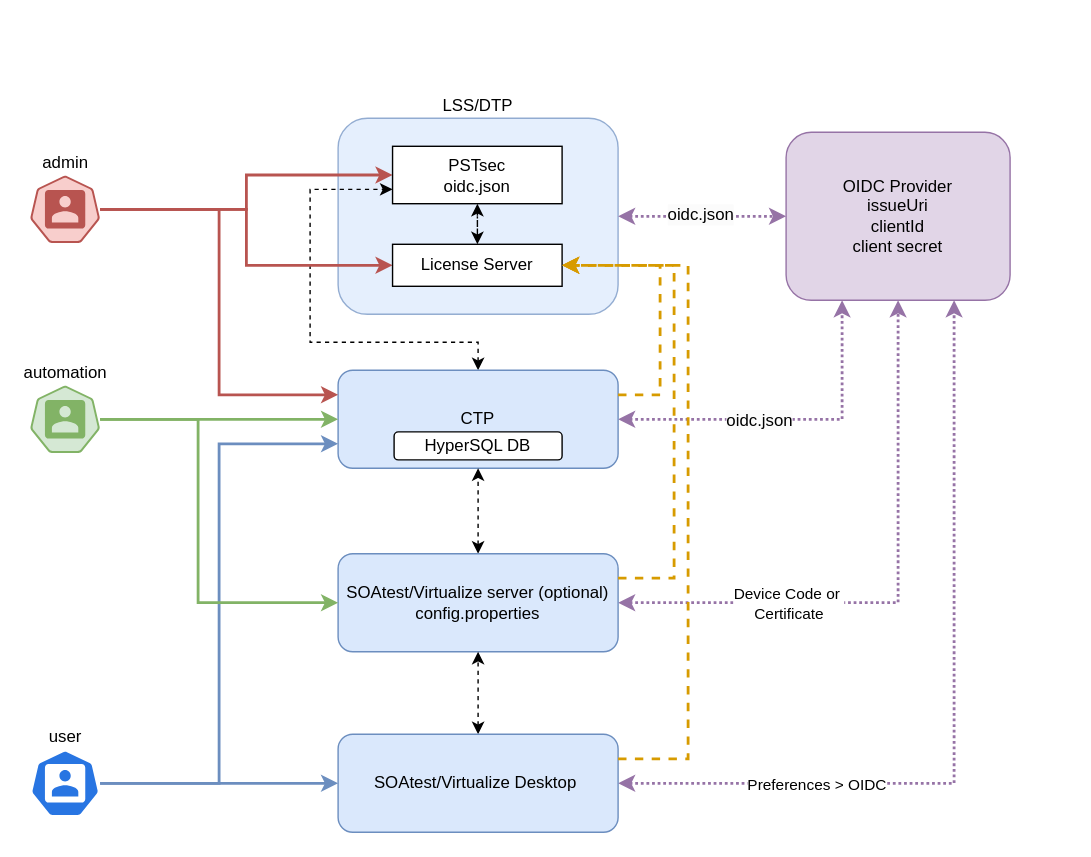
The draw.io diagram k8s-functinoal.drawio in gtrofimov/draw-io-projects, before the edit. Source tidied: cells renumbered, new cells numbered last; positions are measured from the earlier drawing's top-left corner, leaving out a move shared by most shapes. Both pictures are drawn from the tidied source at 140%, with x=0, y=0 at pixel (29, 118).
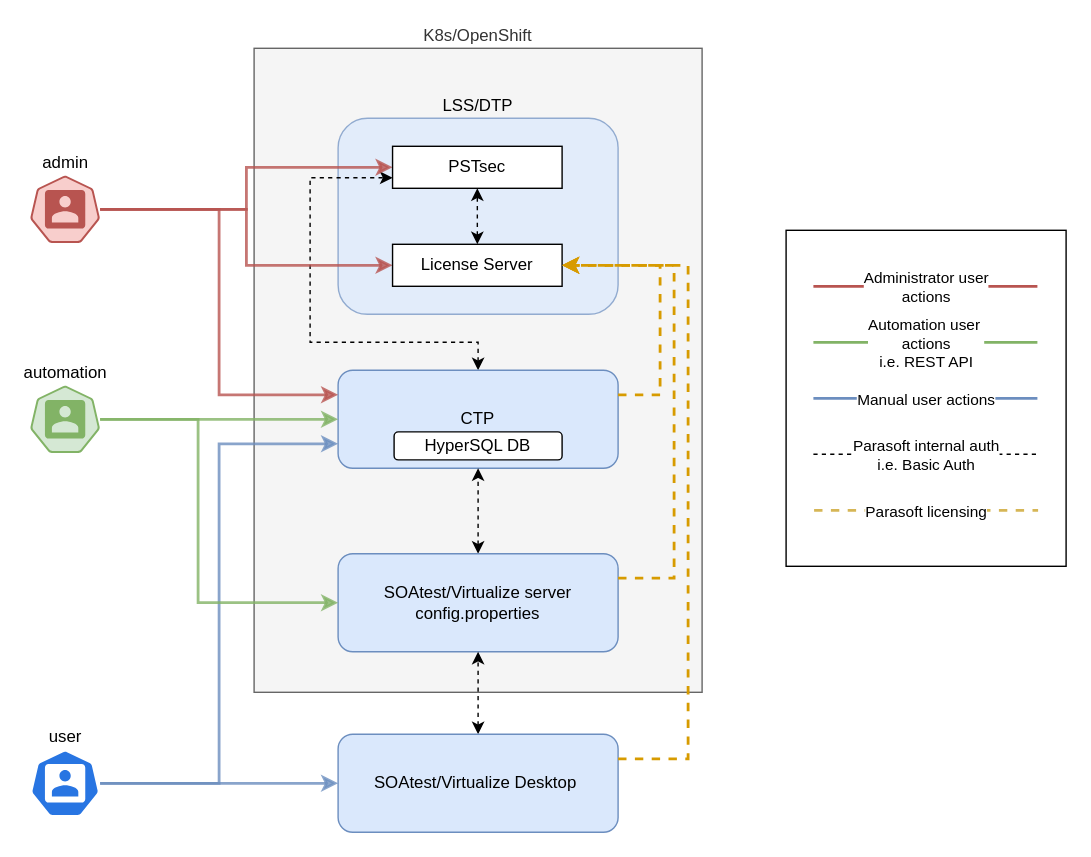
Above is the later version.

The change refers to these unchanged cells:
```xml
<mxCell id="2" value="LSS/DTP" style="rounded=1;whiteSpace=wrap;html=1;labelPosition=center;verticalLabelPosition=top;align=center;verticalAlign=bottom;opacity=70;fillColor=#dae8fc;strokeColor=#6c8ebf;" parent="1" vertex="1">
  <mxGeometry x="220" width="200" height="140" as="geometry" />
</mxCell>
<mxCell id="6" value="CTP" style="rounded=1;whiteSpace=wrap;html=1;fillColor=#dae8fc;strokeColor=#6c8ebf;" parent="1" vertex="1">
  <mxGeometry x="220" y="180" width="200" height="70" as="geometry" />
</mxCell>
<mxCell id="13" value="user" style="sketch=0;html=1;dashed=0;whitespace=wrap;fillColor=#2875E2;strokeColor=#ffffff;points=[[0.005,0.63,0],[0.1,0.2,0],[0.9,0.2,0],[0.5,0,0],[0.995,0.63,0],[0.72,0.99,0],[0.5,1,0],[0.28,0.99,0]];shape=mxgraph.kubernetes.icon2;prIcon=user;labelPosition=center;verticalLabelPosition=top;align=center;verticalAlign=bottom;" parent="1" vertex="1">
  <mxGeometry y="451" width="50" height="48" as="geometry" />
</mxCell>
<mxCell id="17" value="admin" style="sketch=0;html=1;dashed=0;whitespace=wrap;fillColor=#f8cecc;strokeColor=#b85450;points=[[0.005,0.63,0],[0.1,0.2,0],[0.9,0.2,0],[0.5,0,0],[0.995,0.63,0],[0.72,0.99,0],[0.5,1,0],[0.28,0.99,0]];shape=mxgraph.kubernetes.icon2;prIcon=user;labelPosition=center;verticalLabelPosition=top;align=center;verticalAlign=bottom;" parent="1" vertex="1">
  <mxGeometry y="41" width="50" height="48" as="geometry" />
</mxCell>
<mxCell id="21" value="License Server" style="rounded=0;whiteSpace=wrap;html=1;" parent="1" vertex="1">
  <mxGeometry x="258.9" y="90" width="121.1" height="30" as="geometry" />
</mxCell>
<mxCell id="27" value="automation" style="sketch=0;html=1;dashed=0;whitespace=wrap;fillColor=#d5e8d4;strokeColor=#82b366;points=[[0.005,0.63,0],[0.1,0.2,0],[0.9,0.2,0],[0.5,0,0],[0.995,0.63,0],[0.72,0.99,0],[0.5,1,0],[0.28,0.99,0]];shape=mxgraph.kubernetes.icon2;prIcon=user;labelPosition=center;verticalLabelPosition=top;align=center;verticalAlign=bottom;" parent="1" vertex="1">
  <mxGeometry y="191" width="50" height="48" as="geometry" />
</mxCell>
<mxCell id="31" value="SOAtest/Virtualize Desktop&amp;nbsp;" style="rounded=1;whiteSpace=wrap;html=1;fillColor=#dae8fc;strokeColor=#6c8ebf;" parent="1" vertex="1">
  <mxGeometry x="220" y="440" width="200" height="70" as="geometry" />
</mxCell>
```

Diff of the diagram source:
```diff
@@
+    <mxCell id="35" value="K8s/OpenShift" style="rounded=0;whiteSpace=wrap;html=1;fillColor=#f5f5f5;fontColor=#333333;strokeColor=#666666;labelPosition=center;verticalLabelPosition=top;align=center;verticalAlign=bottom;" parent="1" vertex="1">
+      <mxGeometry x="160" y="-50" width="320" height="460" as="geometry" />
+    </mxCell>
@@
     <mxCell id="3" style="edgeStyle=orthogonalEdgeStyle;rounded=0;jettySize=auto;html=1;entryX=0;entryY=0.75;entryDx=0;entryDy=0;startArrow=classic;startFill=1;dashed=1;strokeWidth=1;" parent="1" edge="1" source="6" target="22">
       <mxGeometry relative="1" as="geometry">
         <Array as="points">
           <mxPoint x="320" y="160" />
           <mxPoint x="200" y="160" />
-          <mxPoint x="200" y="51" />
+          <mxPoint x="200" y="43" />
         </Array>
       </mxGeometry>
     </mxCell>
-    <mxCell id="4" style="edgeStyle=orthogonalEdgeStyle;rounded=0;jettySize=auto;html=1;entryX=0.25;entryY=1;entryDx=0;entryDy=0;dashed=1;dashPattern=1 1;startArrow=classic;startFill=1;fillColor=#e1d5e7;strokeColor=#9673a6;strokeWidth=2;" parent="1" edge="1" source="6" target="11">
-      <mxGeometry relative="1" as="geometry" />
-    </mxCell>
-    <mxCell id="5" value="&lt;span style=&quot;font-size: 12px; text-wrap: wrap; background-color: rgb(251, 251, 251);&quot;&gt;oidc.json&lt;/span&gt;" style="edgeLabel;html=1;align=center;verticalAlign=middle;" parent="4" vertex="1">
-      <mxGeometry x="-0.18" relative="1" as="geometry" />
-    </mxCell>
@@
-    <mxCell id="7" style="edgeStyle=orthogonalEdgeStyle;rounded=0;jettySize=auto;html=1;entryX=0.5;entryY=1;entryDx=0;entryDy=0;dashed=1;dashPattern=1 1;startArrow=classic;startFill=1;fillColor=#e1d5e7;strokeColor=#9673a6;strokeWidth=2;" parent="1" edge="1" source="10" target="11">
-      <mxGeometry relative="1" as="geometry" />
-    </mxCell>
-    <mxCell id="8" value="Device Code or&amp;nbsp;&lt;div&gt;Certificate&lt;/div&gt;" style="edgeLabel;html=1;align=center;verticalAlign=middle;" parent="7" vertex="1">
-      <mxGeometry x="-0.24" y="-2" relative="1" as="geometry">
-        <mxPoint x="-37" y="-2" as="offset" />
-      </mxGeometry>
-    </mxCell>
@@
-    <mxCell id="10" value="SOAtest/Virtualize server (optional)&lt;div&gt;&lt;div&gt;&lt;div&gt;config.properties&lt;/div&gt;&lt;/div&gt;&lt;/div&gt;" style="rounded=1;whiteSpace=wrap;html=1;fillColor=#dae8fc;strokeColor=#6c8ebf;" parent="1" vertex="1">
+    <mxCell id="10" value="SOAtest/Virtualize server&lt;div&gt;&lt;div&gt;&lt;div&gt;config.properties&lt;/div&gt;&lt;/div&gt;&lt;/div&gt;" style="rounded=1;whiteSpace=wrap;html=1;fillColor=#dae8fc;strokeColor=#6c8ebf;" parent="1" vertex="1">
       <mxGeometry x="220" y="311" width="200" height="70" as="geometry" />
     </mxCell>
-    <mxCell id="11" value="OIDC Provider&lt;div&gt;issueUri&lt;br&gt;&lt;div&gt;clientId&lt;/div&gt;&lt;div&gt;client secret&lt;/div&gt;&lt;/div&gt;" style="rounded=1;whiteSpace=wrap;html=1;fillColor=#e1d5e7;strokeColor=#9673a6;" parent="1" vertex="1">
-      <mxGeometry x="540" y="10" width="160" height="120" as="geometry" />
-    </mxCell>
-    <mxCell id="12" style="edgeStyle=orthogonalEdgeStyle;rounded=0;jettySize=auto;html=1;entryX=0;entryY=0.75;entryDx=0;entryDy=0;fillColor=#dae8fc;strokeColor=#6c8ebf;strokeWidth=2;" parent="1" edge="1" source="13" target="6">
+    <mxCell id="12" style="edgeStyle=orthogonalEdgeStyle;rounded=0;jettySize=auto;html=1;entryX=0;entryY=0.75;entryDx=0;entryDy=0;fillColor=#dae8fc;strokeColor=#6c8ebf;strokeWidth=2;opacity=80;" parent="1" edge="1" source="13" target="6">
       <mxGeometry relative="1" as="geometry" />
     </mxCell>
@@
-    <mxCell id="14" style="edgeStyle=orthogonalEdgeStyle;rounded=0;jettySize=auto;html=1;entryX=0;entryY=0.5;entryDx=0;entryDy=0;fillColor=#f8cecc;strokeColor=#b85450;strokeWidth=2;" parent="1" edge="1" source="17" target="22">
+    <mxCell id="14" style="edgeStyle=orthogonalEdgeStyle;rounded=0;jettySize=auto;html=1;entryX=0;entryY=0.5;entryDx=0;entryDy=0;fillColor=#f8cecc;strokeColor=#b85450;strokeWidth=2;opacity=80;" parent="1" edge="1" source="17" target="22">
       <mxGeometry relative="1" as="geometry" />
     </mxCell>
-    <mxCell id="15" style="edgeStyle=orthogonalEdgeStyle;rounded=0;jettySize=auto;html=1;entryX=0;entryY=0.5;entryDx=0;entryDy=0;fillColor=#f8cecc;strokeColor=#b85450;strokeWidth=2;" parent="1" edge="1" source="17" target="21">
+    <mxCell id="15" style="edgeStyle=orthogonalEdgeStyle;rounded=0;jettySize=auto;html=1;entryX=0;entryY=0.5;entryDx=0;entryDy=0;fillColor=#f8cecc;strokeColor=#b85450;strokeWidth=2;opacity=80;" parent="1" edge="1" source="17" target="21">
       <mxGeometry relative="1" as="geometry" />
     </mxCell>
-    <mxCell id="16" style="edgeStyle=orthogonalEdgeStyle;rounded=0;jettySize=auto;html=1;entryX=0;entryY=0.25;entryDx=0;entryDy=0;fillColor=#f8cecc;strokeColor=#b85450;strokeWidth=2;" parent="1" edge="1" source="17" target="6">
+    <mxCell id="16" style="edgeStyle=orthogonalEdgeStyle;rounded=0;jettySize=auto;html=1;entryX=0;entryY=0.25;entryDx=0;entryDy=0;fillColor=#f8cecc;strokeColor=#b85450;strokeWidth=2;opacity=80;" parent="1" edge="1" source="17" target="6">
       <mxGeometry relative="1" as="geometry" />
     </mxCell>
@@
-    <mxCell id="19" style="edgeStyle=orthogonalEdgeStyle;rounded=0;jettySize=auto;html=1;entryX=0;entryY=0.5;entryDx=0;entryDy=0;dashed=1;dashPattern=1 1;startArrow=classic;startFill=1;exitX=1;exitY=0.5;exitDx=0;exitDy=0;fillColor=#e1d5e7;strokeColor=#9673a6;strokeWidth=2;" parent="1" edge="1" source="2" target="11">
-      <mxGeometry relative="1" as="geometry" />
-    </mxCell>
-    <mxCell id="20" value="&lt;div style=&quot;font-size: 12px; text-wrap: wrap; background-color: rgb(251, 251, 251);&quot;&gt;oidc.json&lt;/div&gt;" style="edgeLabel;html=1;align=center;verticalAlign=middle;" parent="19" vertex="1">
-      <mxGeometry x="-0.04" y="2" relative="1" as="geometry" />
-    </mxCell>
@@
-    <mxCell id="22" value="PSTsec&lt;div&gt;oidc.json&lt;/div&gt;" style="rounded=0;whiteSpace=wrap;html=1;" parent="1" vertex="1">
-      <mxGeometry x="258.9" y="20" width="121.1" height="41" as="geometry" />
+    <mxCell id="22" value="PSTsec" style="rounded=0;whiteSpace=wrap;html=1;" parent="1" vertex="1">
+      <mxGeometry x="258.9" y="20" width="121.1" height="30" as="geometry" />
     </mxCell>
-    <mxCell id="23" style="edgeStyle=orthogonalEdgeStyle;rounded=0;jettySize=auto;html=1;entryX=0;entryY=0.5;entryDx=0;entryDy=0;fillColor=#dae8fc;strokeColor=#6c8ebf;strokeWidth=2;" parent="1" edge="1" source="13" target="31">
+    <mxCell id="23" style="edgeStyle=orthogonalEdgeStyle;rounded=0;jettySize=auto;html=1;entryX=0;entryY=0.5;entryDx=0;entryDy=0;fillColor=#dae8fc;strokeColor=#6c8ebf;strokeWidth=2;opacity=80;" parent="1" edge="1" source="13" target="31">
       <mxGeometry relative="1" as="geometry" />
     </mxCell>
@@
-    <mxCell id="25" style="edgeStyle=orthogonalEdgeStyle;rounded=0;jettySize=auto;html=1;entryX=0;entryY=0.5;entryDx=0;entryDy=0;fillColor=#d5e8d4;strokeColor=#82b366;strokeWidth=2;" parent="1" edge="1" source="27" target="6">
+    <mxCell id="25" style="edgeStyle=orthogonalEdgeStyle;rounded=0;jettySize=auto;html=1;entryX=0;entryY=0.5;entryDx=0;entryDy=0;fillColor=#d5e8d4;strokeColor=#82b366;strokeWidth=2;opacity=80;" parent="1" edge="1" source="27" target="6">
       <mxGeometry relative="1" as="geometry" />
     </mxCell>
-    <mxCell id="26" style="edgeStyle=orthogonalEdgeStyle;rounded=0;jettySize=auto;html=1;entryX=0;entryY=0.5;entryDx=0;entryDy=0;fillColor=#d5e8d4;strokeColor=#82b366;strokeWidth=2;" parent="1" edge="1" source="27" target="10">
+    <mxCell id="26" style="edgeStyle=orthogonalEdgeStyle;rounded=0;jettySize=auto;html=1;entryX=0;entryY=0.5;entryDx=0;entryDy=0;fillColor=#d5e8d4;strokeColor=#82b366;strokeWidth=2;opacity=80;" parent="1" edge="1" source="27" target="10">
       <mxGeometry relative="1" as="geometry">
         <Array as="points">
           <mxPoint x="120" y="215" />
           <mxPoint x="120" y="346" />
         </Array>
       </mxGeometry>
     </mxCell>
@@
-    <mxCell id="29" style="edgeStyle=orthogonalEdgeStyle;rounded=0;jettySize=auto;html=1;entryX=0.75;entryY=1;entryDx=0;entryDy=0;dashed=1;dashPattern=1 1;fillColor=#e1d5e7;strokeColor=#9673a6;strokeWidth=2;startArrow=classic;startFill=1;" parent="1" edge="1" source="31" target="11">
-      <mxGeometry relative="1" as="geometry" />
-    </mxCell>
-    <mxCell id="30" value="Preferences &amp;gt; OIDC" style="edgeLabel;html=1;align=center;verticalAlign=middle;" parent="29" vertex="1">
-      <mxGeometry x="-0.39" y="-1" relative="1" as="geometry">
-        <mxPoint x="-37" y="-1" as="offset" />
-      </mxGeometry>
-    </mxCell>
@@
+    <mxCell id="36" style="rounded=0;whiteSpace=wrap;html=1;" parent="1" vertex="1">
+      <mxGeometry x="540" y="80" width="200" height="240" as="geometry" />
+    </mxCell>
+    <mxCell id="37" style="endArrow=none;html=1;rounded=0;strokeWidth=2;fillColor=#f8cecc;strokeColor=#b85450;" parent="1" edge="1">
+      <mxGeometry relative="1" as="geometry">
+        <mxPoint x="559.5" y="120" as="sourcePoint" />
+        <mxPoint x="719.5" y="120" as="targetPoint" />
+      </mxGeometry>
+    </mxCell>
+    <mxCell id="38" value="Administrator user&lt;div&gt;actions&lt;/div&gt;" style="edgeLabel;html=1;align=center;verticalAlign=middle;" parent="37" vertex="1">
+      <mxGeometry y="-2" relative="1" as="geometry">
+        <mxPoint y="-2" as="offset" />
+      </mxGeometry>
+    </mxCell>
+    <mxCell id="39" style="endArrow=none;html=1;rounded=0;strokeWidth=2;fillColor=#d5e8d4;strokeColor=#82b366;" parent="1" edge="1">
+      <mxGeometry relative="1" as="geometry">
+        <mxPoint x="559.5" y="160" as="sourcePoint" />
+        <mxPoint x="719.5" y="160" as="targetPoint" />
+      </mxGeometry>
+    </mxCell>
+    <mxCell id="40" value="Automation user&amp;nbsp;&lt;div&gt;actions&lt;/div&gt;&lt;div&gt;i.e. REST API&lt;/div&gt;" style="edgeLabel;html=1;align=center;verticalAlign=middle;" parent="39" vertex="1">
+      <mxGeometry y="-2" relative="1" as="geometry">
+        <mxPoint y="-2" as="offset" />
+      </mxGeometry>
+    </mxCell>
+    <mxCell id="41" style="endArrow=none;html=1;rounded=0;strokeWidth=2;fillColor=#dae8fc;strokeColor=#6c8ebf;" parent="1" edge="1">
+      <mxGeometry relative="1" as="geometry">
+        <mxPoint x="559.5" y="200" as="sourcePoint" />
+        <mxPoint x="719.5" y="200" as="targetPoint" />
+      </mxGeometry>
+    </mxCell>
+    <mxCell id="42" value="Manual user actions" style="edgeLabel;html=1;align=center;verticalAlign=middle;" parent="41" vertex="1">
+      <mxGeometry y="-2" relative="1" as="geometry">
+        <mxPoint y="-2" as="offset" />
+      </mxGeometry>
+    </mxCell>
+    <mxCell id="43" style="endArrow=none;html=1;rounded=0;dashed=1;" parent="1" edge="1">
+      <mxGeometry relative="1" as="geometry">
+        <mxPoint x="559.5" y="240" as="sourcePoint" />
+        <mxPoint x="719.5" y="240" as="targetPoint" />
+      </mxGeometry>
+    </mxCell>
+    <mxCell id="44" value="Parasoft internal auth&lt;div&gt;i.e. Basic Auth&lt;/div&gt;" style="edgeLabel;html=1;align=center;verticalAlign=middle;" parent="43" vertex="1">
+      <mxGeometry y="-2" relative="1" as="geometry">
+        <mxPoint y="-2" as="offset" />
+      </mxGeometry>
+    </mxCell>
+    <mxCell id="45" style="endArrow=none;dashed=1;html=1;rounded=0;fillColor=#fff2cc;strokeColor=#D6B656;strokeWidth=2;" parent="1" edge="1">
+      <mxGeometry relative="1" as="geometry">
+        <mxPoint x="560" y="280" as="sourcePoint" />
+        <mxPoint x="720" y="280" as="targetPoint" />
+      </mxGeometry>
+    </mxCell>
+    <mxCell id="46" value="Parasoft licensing" style="edgeLabel;html=1;align=center;verticalAlign=middle;" parent="45" vertex="1">
+      <mxGeometry x="-0.01" relative="1" as="geometry" />
+    </mxCell>
```
